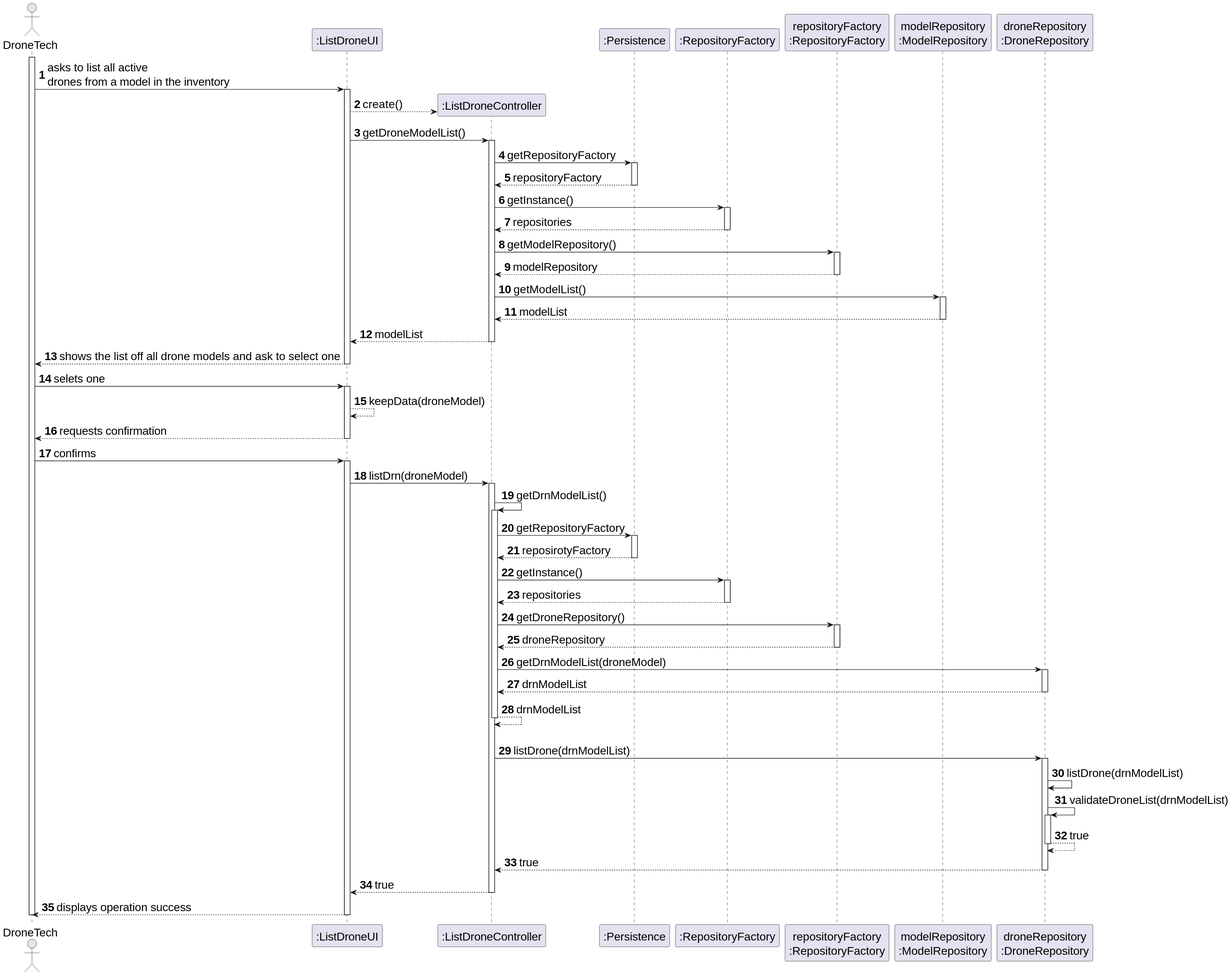
diogoveirospro/sem4pi-2024-2025-sem4pi_2024_2025_g44 keeps this PlantUML diagram as docs/SPRINT_2/US243/images/sequence_diagram_us243.svg. Above is the earlier version.
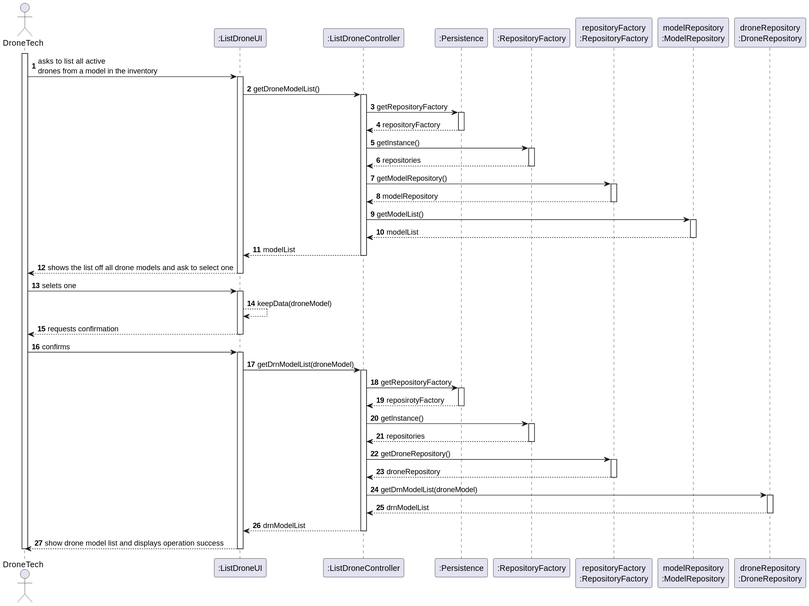
Later version of the same file.

Change to the diagram source:
```diff
@@ -1,5 +1,4 @@
 @startuml
-skinparamlocked defaultFontSize 20
 skinparam packageStyle rectangle
 skinparam shadowing false
 
@@ -18,8 +17,6 @@
 
         EDT -> UI : asks to list all active \ndrones from a model in the inventory
         activate UI
-            UI --> CTRL** : create()
-
             UI -> CTRL : getDroneModelList()
                         activate CTRL
                             CTRL -> PERS : getRepositoryFactory
@@ -54,10 +51,8 @@
     deactivate UI
     EDT -> UI : confirms
     activate UI
-        UI -> CTRL : listDrn(droneModel)
+        UI -> CTRL : getDrnModelList(droneModel)
         activate CTRL
-             CTRL -> CTRL: getDrnModelList()
-                                    activate CTRL
                                         CTRL -> PERS : getRepositoryFactory
                                                                     activate PERS
                                                                     PERS --> CTRL : reposirotyFactory
@@ -78,25 +73,11 @@
                                                         activate DRN_REPO
                                                         DRN_REPO --> CTRL: drnModelList
                                                         deactivate DRN_REPO
-                                    CTRL --> CTRL: drnModelList
-
-                                    |||
-                                                                        deactivate CTRL
-
-                                    CTRL -> DRN_REPO : listDrone(drnModelList)
-            activate DRN_REPO
-                DRN_REPO -> DRN_REPO: listDrone(drnModelList)
-                    DRN_REPO -> DRN_REPO: validateDroneList(drnModelList)
-                    activate DRN_REPO
-                        DRN_REPO --> DRN_REPO : true
-                    deactivate DRN_REPO
-
-                DRN_REPO --> CTRL : true
             deactivate DRN_REPO
 
-            CTRL --> UI: true
+            CTRL --> UI: drnModelList
             deactivate CTRL
-            UI --> EDT: displays operation success
+            UI --> EDT: show drone model list and displays operation success
     deactivate UI
 
 deactivate EDT
```
